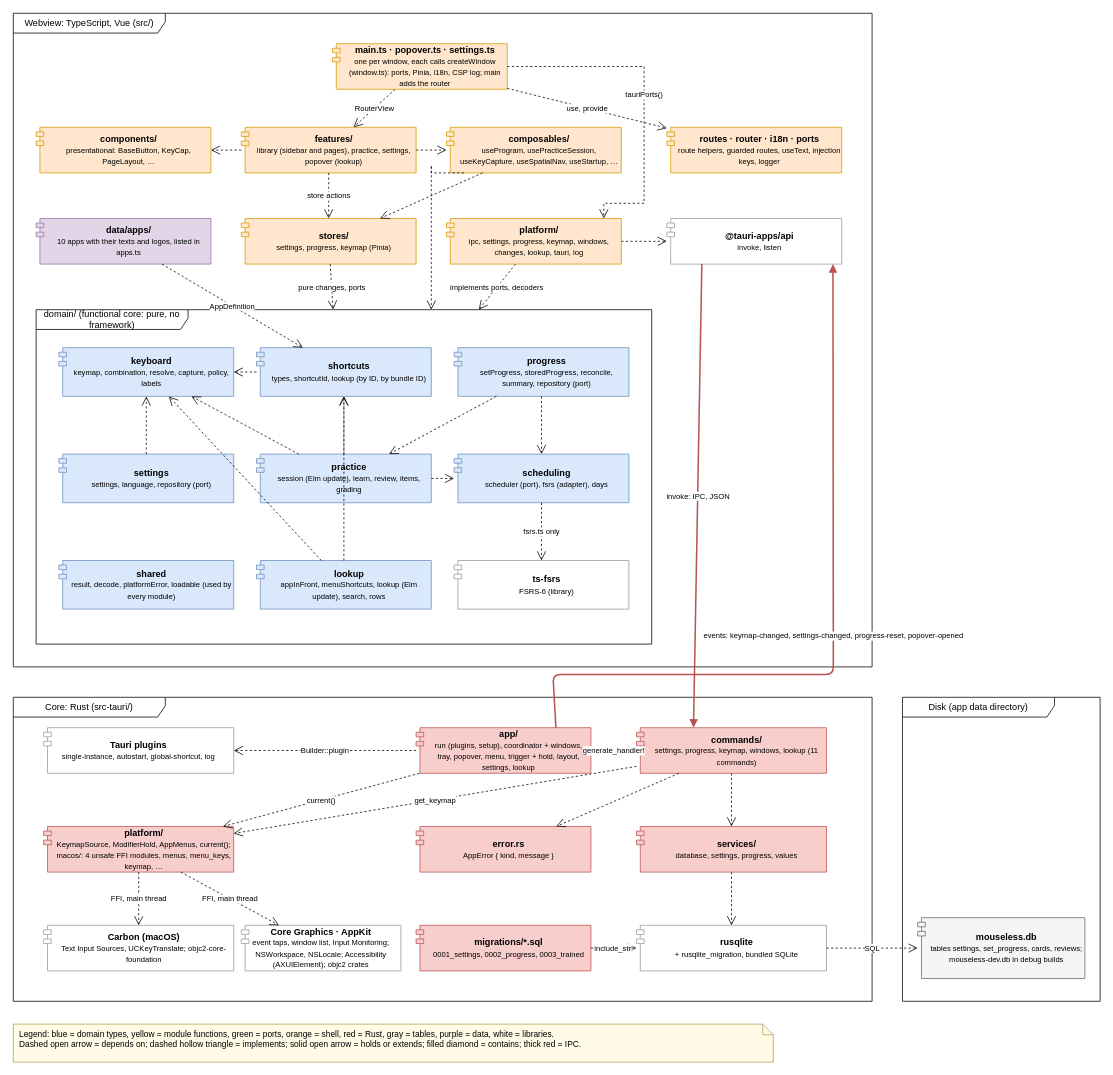
Before: page "Components" (1 of 15) of docs/uml.drawio in r0binius/mathe2-trainer, a draw.io diagram. Source tidied: cells renumbered, new cells numbered last; positions are measured from the earlier drawing's top-left corner, leaving out a move shared by most shapes. Both pictures are drawn from the tidied source at 76%, with x=0, y=0 at pixel (13, 13).
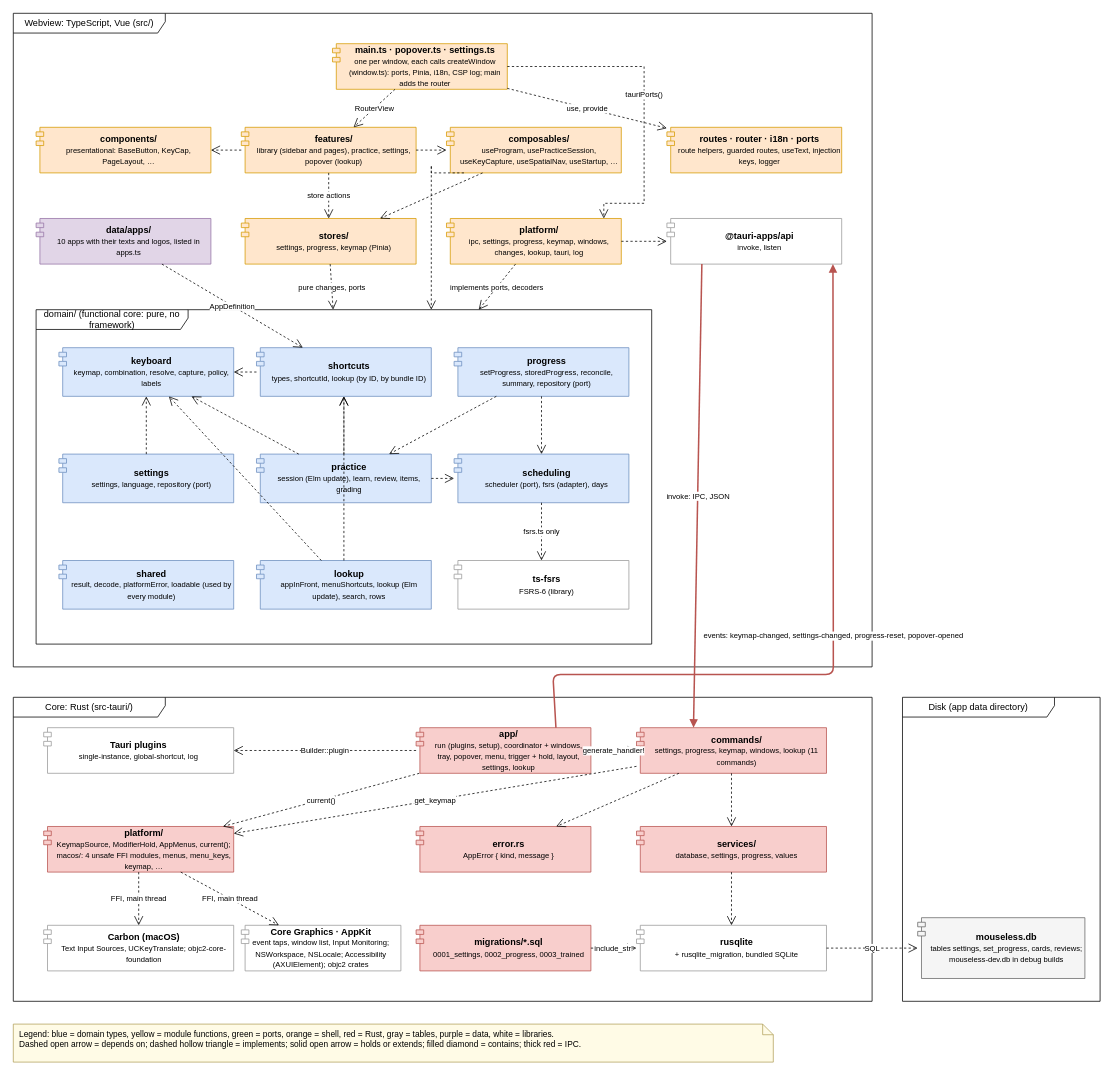
After the change.

Unchanged cells that the change refers to:
```xml
<mxCell id="3" value="Core: Rust (src-tauri/)" style="shape=umlFrame;whiteSpace=wrap;html=1;width=200;height=26;fillColor=none;" parent="1" vertex="1">
  <mxGeometry y="900" width="1130" height="400" as="geometry" />
</mxCell>
```

The edit, as a diff of the source:
```diff
@@
-    <mxCell id="64" value="&lt;b&gt;Tauri plugins&lt;/b&gt;&lt;br&gt;&lt;font style=&quot;font-size:10px&quot;&gt;single-instance, autostart, global-shortcut, log&lt;/font&gt;" style="rounded=0;whiteSpace=wrap;html=1;fillColor=#ffffff;strokeColor=#999999;shape=module;jettyWidth=10;jettyHeight=6;align=center;" parent="3" vertex="1">
+    <mxCell id="64" value="&lt;b&gt;Tauri plugins&lt;/b&gt;&lt;br&gt;&lt;font style=&quot;font-size:10px&quot;&gt;single-instance, global-shortcut, log&lt;/font&gt;" style="rounded=0;whiteSpace=wrap;html=1;fillColor=#ffffff;strokeColor=#999999;shape=module;jettyWidth=10;jettyHeight=6;align=center;" parent="3" vertex="1">
       <mxGeometry x="40" y="40" width="250" height="60" as="geometry" />
     </mxCell>
```
